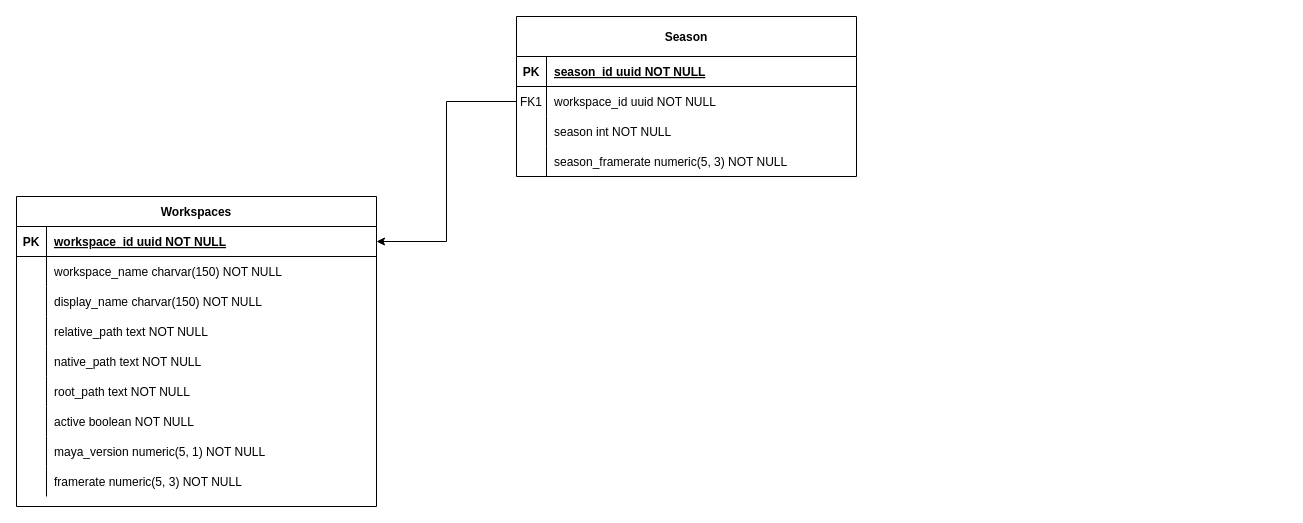
This is Untitled Diagram.drawio from JaronWilding/database_design, a draw.io file, before an edit. Source tidied: cells renumbered, new cells numbered last; positions are measured from the earlier drawing's top-left corner, leaving out a move shared by most shapes. Both pictures are drawn from the tidied source at 100%, with x=0, y=0 at pixel (16, 16).
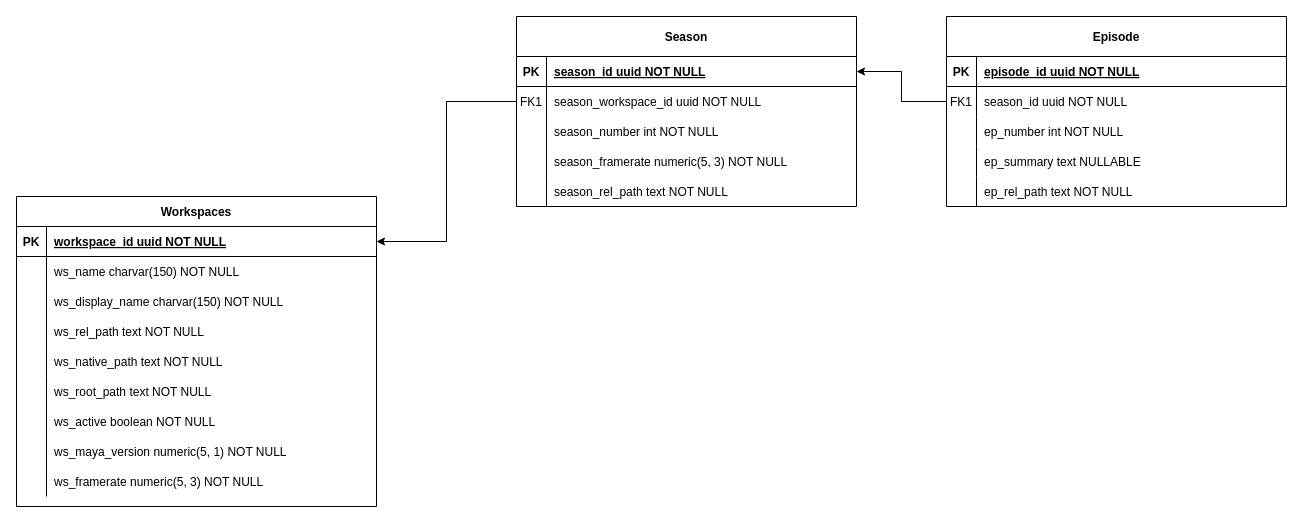
Above is the later version.

The change refers to these unchanged cells:
```xml
<mxCell id="6" style="shape=partialRectangle;fillColor=none;top=0;left=0;right=0;bottom=0;" parent="2" vertex="1">
  <mxGeometry y="60" width="360" height="30" as="geometry" />
</mxCell>
<mxCell id="9" style="shape=partialRectangle;fillColor=none;top=0;left=0;right=0;bottom=0;" parent="2" vertex="1">
  <mxGeometry y="90" width="360" height="30" as="geometry" />
</mxCell>
<mxCell id="12" style="shape=partialRectangle;fillColor=none;top=0;left=0;right=0;bottom=0;" parent="2" vertex="1">
  <mxGeometry y="120" width="360" height="30" as="geometry" />
</mxCell>
<mxCell id="15" style="shape=partialRectangle;fillColor=none;top=0;left=0;right=0;bottom=0;" parent="2" vertex="1">
  <mxGeometry y="150" width="360" height="30" as="geometry" />
</mxCell>
<mxCell id="18" style="shape=partialRectangle;fillColor=none;top=0;left=0;right=0;bottom=0;" parent="2" vertex="1">
  <mxGeometry y="180" width="360" height="30" as="geometry" />
</mxCell>
<mxCell id="21" style="shape=partialRectangle;fillColor=none;top=0;left=0;right=0;bottom=0;" parent="2" vertex="1">
  <mxGeometry y="210" width="360" height="30" as="geometry" />
</mxCell>
<mxCell id="24" style="shape=partialRectangle;fillColor=none;top=0;left=0;right=0;bottom=0;" parent="2" vertex="1">
  <mxGeometry y="240" width="360" height="30" as="geometry" />
</mxCell>
<mxCell id="27" style="shape=partialRectangle;fillColor=none;top=0;left=0;right=0;bottom=0;" parent="2" vertex="1">
  <mxGeometry y="270" width="360" height="30" as="geometry" />
</mxCell>
<mxCell id="31" style="shape=partialRectangle;fillColor=none;points=[[0,0.5],[1,0.5]];portConstraint=eastwest;top=0;left=0;right=0;bottom=1;" parent="30" vertex="1">
  <mxGeometry y="40" width="340" height="30" as="geometry" />
</mxCell>
<mxCell id="34" style="shape=partialRectangle;fillColor=none;points=[[0,0.5],[1,0.5]];portConstraint=eastwest;top=0;left=0;right=0;bottom=0;" parent="30" vertex="1">
  <mxGeometry y="70" width="340" height="30" as="geometry" />
</mxCell>
<mxCell id="37" style="shape=partialRectangle;fillColor=none;top=0;left=0;right=0;bottom=0;" parent="30" vertex="1">
  <mxGeometry y="100" width="340" height="30" as="geometry" />
</mxCell>
```

Diff of the diagram source:
```diff
@@
-    <mxCell id="8" value="workspace_name charvar(150) NOT NULL" style="shape=partialRectangle;overflow=hidden;fillColor=none;top=0;left=0;bottom=0;right=0;align=left;spacingLeft=6;" parent="6" vertex="1">
+    <mxCell id="8" value="ws_name charvar(150) NOT NULL" style="shape=partialRectangle;overflow=hidden;fillColor=none;top=0;left=0;bottom=0;right=0;align=left;spacingLeft=6;" parent="6" vertex="1">
       <mxGeometry x="30" width="330" height="30" as="geometry" />
     </mxCell>
@@
-    <mxCell id="11" value="display_name charvar(150) NOT NULL" style="shape=partialRectangle;overflow=hidden;fillColor=none;top=0;left=0;bottom=0;right=0;align=left;spacingLeft=6;" parent="9" vertex="1">
+    <mxCell id="11" value="ws_display_name charvar(150) NOT NULL" style="shape=partialRectangle;overflow=hidden;fillColor=none;top=0;left=0;bottom=0;right=0;align=left;spacingLeft=6;" parent="9" vertex="1">
       <mxGeometry x="30" width="330" height="30" as="geometry" />
     </mxCell>
@@
-    <mxCell id="14" value="relative_path text NOT NULL" style="shape=partialRectangle;overflow=hidden;fillColor=none;top=0;left=0;bottom=0;right=0;align=left;spacingLeft=6;" parent="12" vertex="1">
+    <mxCell id="14" value="ws_rel_path text NOT NULL" style="shape=partialRectangle;overflow=hidden;fillColor=none;top=0;left=0;bottom=0;right=0;align=left;spacingLeft=6;" parent="12" vertex="1">
       <mxGeometry x="30" width="330" height="30" as="geometry" />
     </mxCell>
@@
-    <mxCell id="17" value="native_path text NOT NULL" style="shape=partialRectangle;overflow=hidden;fillColor=none;top=0;left=0;bottom=0;right=0;align=left;spacingLeft=6;" parent="15" vertex="1">
+    <mxCell id="17" value="ws_native_path text NOT NULL" style="shape=partialRectangle;overflow=hidden;fillColor=none;top=0;left=0;bottom=0;right=0;align=left;spacingLeft=6;" parent="15" vertex="1">
       <mxGeometry x="30" width="330" height="30" as="geometry" />
     </mxCell>
@@
-    <mxCell id="20" value="root_path text NOT NULL" style="shape=partialRectangle;overflow=hidden;fillColor=none;top=0;left=0;bottom=0;right=0;align=left;spacingLeft=6;" parent="18" vertex="1">
+    <mxCell id="20" value="ws_root_path text NOT NULL" style="shape=partialRectangle;overflow=hidden;fillColor=none;top=0;left=0;bottom=0;right=0;align=left;spacingLeft=6;" parent="18" vertex="1">
       <mxGeometry x="30" width="330" height="30" as="geometry" />
     </mxCell>
@@
-    <mxCell id="23" value="active boolean NOT NULL" style="shape=partialRectangle;overflow=hidden;fillColor=none;top=0;left=0;bottom=0;right=0;align=left;spacingLeft=6;" parent="21" vertex="1">
+    <mxCell id="23" value="ws_active boolean NOT NULL" style="shape=partialRectangle;overflow=hidden;fillColor=none;top=0;left=0;bottom=0;right=0;align=left;spacingLeft=6;" parent="21" vertex="1">
       <mxGeometry x="30" width="330" height="30" as="geometry" />
     </mxCell>
@@
-    <mxCell id="26" value="maya_version numeric(5, 1) NOT NULL" style="shape=partialRectangle;overflow=hidden;fillColor=none;top=0;left=0;bottom=0;right=0;align=left;spacingLeft=6;" parent="24" vertex="1">
+    <mxCell id="26" value="ws_maya_version numeric(5, 1) NOT NULL" style="shape=partialRectangle;overflow=hidden;fillColor=none;top=0;left=0;bottom=0;right=0;align=left;spacingLeft=6;" parent="24" vertex="1">
       <mxGeometry x="30" width="330" height="30" as="geometry" />
     </mxCell>
@@
-    <mxCell id="29" value="framerate numeric(5, 3) NOT NULL" style="shape=partialRectangle;overflow=hidden;fillColor=none;top=0;left=0;bottom=0;right=0;align=left;spacingLeft=6;" parent="27" vertex="1">
+    <mxCell id="29" value="ws_framerate numeric(5, 3) NOT NULL" style="shape=partialRectangle;overflow=hidden;fillColor=none;top=0;left=0;bottom=0;right=0;align=left;spacingLeft=6;" parent="27" vertex="1">
       <mxGeometry x="30" width="330" height="30" as="geometry" />
     </mxCell>
     <mxCell id="30" value="Season" style="shape=table;startSize=40;childLayout=tableLayout;rowLines=0;fontStyle=1;align=center;" parent="1" vertex="1">
-      <mxGeometry x="500" width="340" height="160" as="geometry" />
+      <mxGeometry x="500" width="340" height="190" as="geometry" />
     </mxCell>
@@
-    <mxCell id="36" value="workspace_id uuid NOT NULL" style="shape=partialRectangle;overflow=hidden;fillColor=none;top=0;left=0;bottom=0;right=0;align=left;spacingLeft=6;" parent="34" vertex="1">
+    <mxCell id="36" value="season_workspace_id uuid NOT NULL" style="shape=partialRectangle;overflow=hidden;fillColor=none;top=0;left=0;bottom=0;right=0;align=left;spacingLeft=6;" parent="34" vertex="1">
       <mxGeometry x="30" width="310" height="30" as="geometry" />
     </mxCell>
@@
-    <mxCell id="39" value="season int NOT NULL" style="shape=partialRectangle;overflow=hidden;fillColor=none;top=0;left=0;bottom=0;right=0;align=left;spacingLeft=6;" parent="37" vertex="1">
+    <mxCell id="39" value="season_number int NOT NULL" style="shape=partialRectangle;overflow=hidden;fillColor=none;top=0;left=0;bottom=0;right=0;align=left;spacingLeft=6;" parent="37" vertex="1">
       <mxGeometry x="30" width="310" height="30" as="geometry" />
     </mxCell>
@@
+    <mxCell id="44" style="shape=partialRectangle;fillColor=none;top=0;left=0;right=0;bottom=0;" parent="30" vertex="1">
+      <mxGeometry y="160" width="340" height="30" as="geometry" />
+    </mxCell>
+    <mxCell id="45" style="shape=partialRectangle;overflow=hidden;fillColor=none;top=0;left=0;bottom=0;right=0;" parent="44" vertex="1">
+      <mxGeometry width="30" height="30" as="geometry" />
+    </mxCell>
+    <mxCell id="46" value="season_rel_path text NOT NULL" style="shape=partialRectangle;overflow=hidden;fillColor=none;top=0;left=0;bottom=0;right=0;align=left;spacingLeft=6;" parent="44" vertex="1">
+      <mxGeometry x="30" width="310" height="30" as="geometry" />
+    </mxCell>
@@
+    <mxCell id="47" value="Episode" style="shape=table;startSize=40;childLayout=tableLayout;rowLines=0;fontStyle=1;align=center;" parent="1" vertex="1">
+      <mxGeometry x="930" width="340" height="190" as="geometry" />
+    </mxCell>
+    <mxCell id="48" style="shape=partialRectangle;fillColor=none;top=0;left=0;right=0;bottom=1;" parent="47" vertex="1">
+      <mxGeometry y="40" width="340" height="30" as="geometry" />
+    </mxCell>
+    <mxCell id="49" value="PK" style="shape=partialRectangle;overflow=hidden;fillColor=none;top=0;left=0;bottom=0;right=0;fontStyle=1;" parent="48" vertex="1">
+      <mxGeometry width="30" height="30" as="geometry" />
+    </mxCell>
+    <mxCell id="50" value="episode_id uuid NOT NULL " style="shape=partialRectangle;overflow=hidden;fillColor=none;top=0;left=0;bottom=0;right=0;align=left;spacingLeft=6;fontStyle=5;" parent="48" vertex="1">
+      <mxGeometry x="30" width="310" height="30" as="geometry" />
+    </mxCell>
+    <mxCell id="51" style="shape=partialRectangle;fillColor=none;points=[[0,0.5],[1,0.5]];portConstraint=eastwest;top=0;left=0;right=0;bottom=0;" parent="47" vertex="1">
+      <mxGeometry y="70" width="340" height="30" as="geometry" />
+    </mxCell>
+    <mxCell id="52" value="FK1" style="shape=partialRectangle;overflow=hidden;fillColor=none;top=0;left=0;bottom=0;right=0;" parent="51" vertex="1">
+      <mxGeometry width="30" height="30" as="geometry" />
+    </mxCell>
+    <mxCell id="53" value="season_id uuid NOT NULL" style="shape=partialRectangle;overflow=hidden;fillColor=none;top=0;left=0;bottom=0;right=0;align=left;spacingLeft=6;" parent="51" vertex="1">
+      <mxGeometry x="30" width="310" height="30" as="geometry" />
+    </mxCell>
+    <mxCell id="54" style="shape=partialRectangle;fillColor=none;top=0;left=0;right=0;bottom=0;" parent="47" vertex="1">
+      <mxGeometry y="100" width="340" height="30" as="geometry" />
+    </mxCell>
+    <mxCell id="55" style="shape=partialRectangle;overflow=hidden;fillColor=none;top=0;left=0;bottom=0;right=0;" parent="54" vertex="1">
+      <mxGeometry width="30" height="30" as="geometry" />
+    </mxCell>
+    <mxCell id="56" value="ep_number int NOT NULL" style="shape=partialRectangle;overflow=hidden;fillColor=none;top=0;left=0;bottom=0;right=0;align=left;spacingLeft=6;" parent="54" vertex="1">
+      <mxGeometry x="30" width="310" height="30" as="geometry" />
+    </mxCell>
+    <mxCell id="57" style="shape=partialRectangle;fillColor=none;top=0;left=0;right=0;bottom=0;" parent="47" vertex="1">
+      <mxGeometry y="130" width="340" height="30" as="geometry" />
+    </mxCell>
+    <mxCell id="58" style="shape=partialRectangle;overflow=hidden;fillColor=none;top=0;left=0;bottom=0;right=0;" parent="57" vertex="1">
+      <mxGeometry width="30" height="30" as="geometry" />
+    </mxCell>
+    <mxCell id="59" value="ep_summary text NULLABLE" style="shape=partialRectangle;overflow=hidden;fillColor=none;top=0;left=0;bottom=0;right=0;align=left;spacingLeft=6;" parent="57" vertex="1">
+      <mxGeometry x="30" width="310" height="30" as="geometry" />
+    </mxCell>
+    <mxCell id="60" style="shape=partialRectangle;fillColor=none;top=0;left=0;right=0;bottom=0;" parent="47" vertex="1">
+      <mxGeometry y="160" width="340" height="30" as="geometry" />
+    </mxCell>
+    <mxCell id="61" style="shape=partialRectangle;overflow=hidden;fillColor=none;top=0;left=0;bottom=0;right=0;" parent="60" vertex="1">
+      <mxGeometry width="30" height="30" as="geometry" />
+    </mxCell>
+    <mxCell id="62" value="ep_rel_path text NOT NULL" style="shape=partialRectangle;overflow=hidden;fillColor=none;top=0;left=0;bottom=0;right=0;align=left;spacingLeft=6;" parent="60" vertex="1">
+      <mxGeometry x="30" width="310" height="30" as="geometry" />
+    </mxCell>
+    <mxCell id="63" style="edgeStyle=orthogonalEdgeStyle;rounded=0;jettySize=auto;html=1;entryX=1;entryY=0.5;entryDx=0;entryDy=0;" parent="1" edge="1" source="51" target="31">
+      <mxGeometry relative="1" as="geometry" />
+    </mxCell>
```
